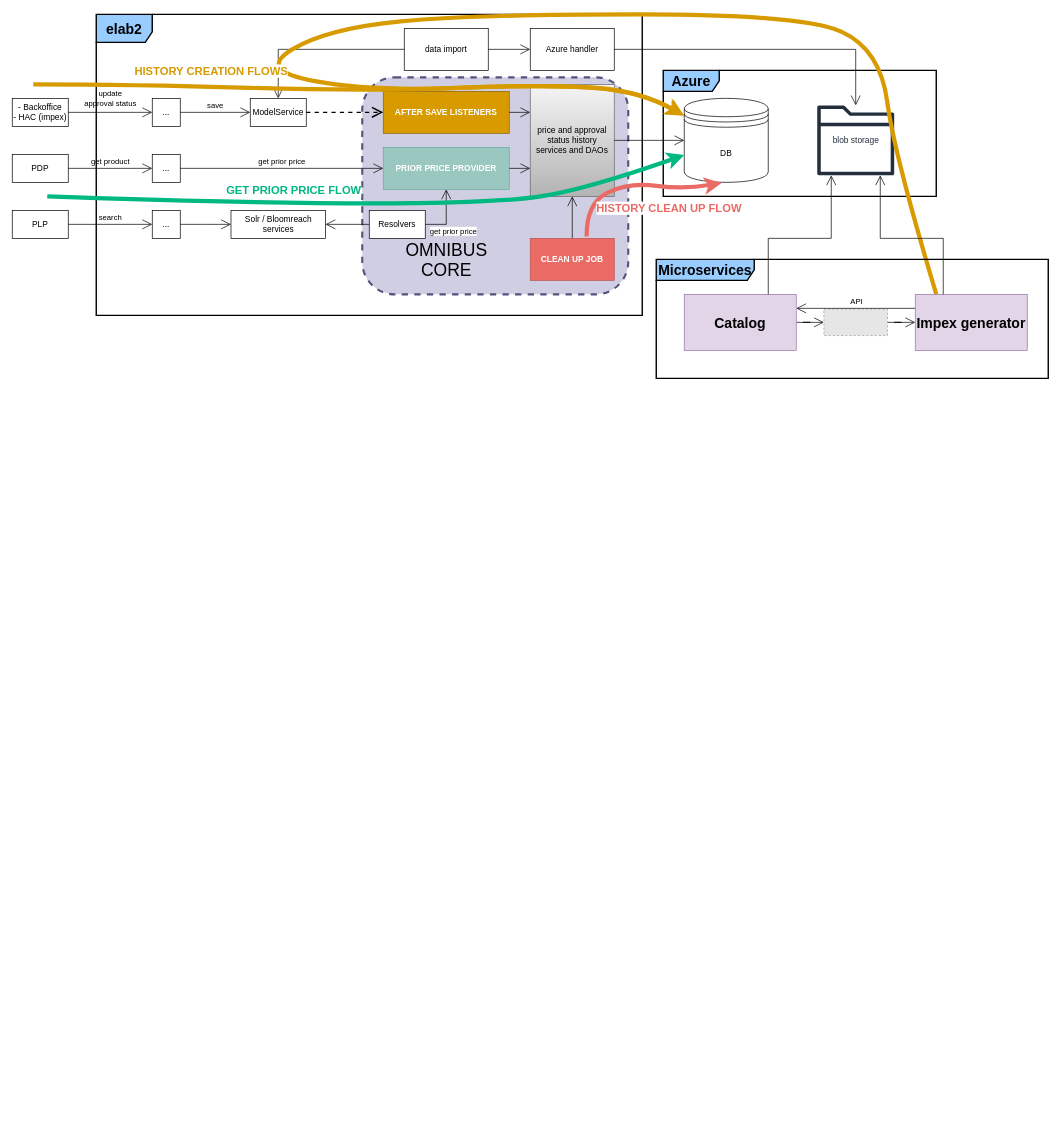
Earlier version of the draw.io diagram graphs/Untitled Diagram.drawio (d-figuccia/draw-io). Source tidied: cells renumbered, new cells numbered last; positions are measured from the earlier drawing's top-left corner, leaving out a move shared by most shapes. Both pictures are drawn from the tidied source at 70%, with x=0, y=0 at pixel (12, 14). Pictures stored in the file or linked from it are replaced by grey dashed boxes.
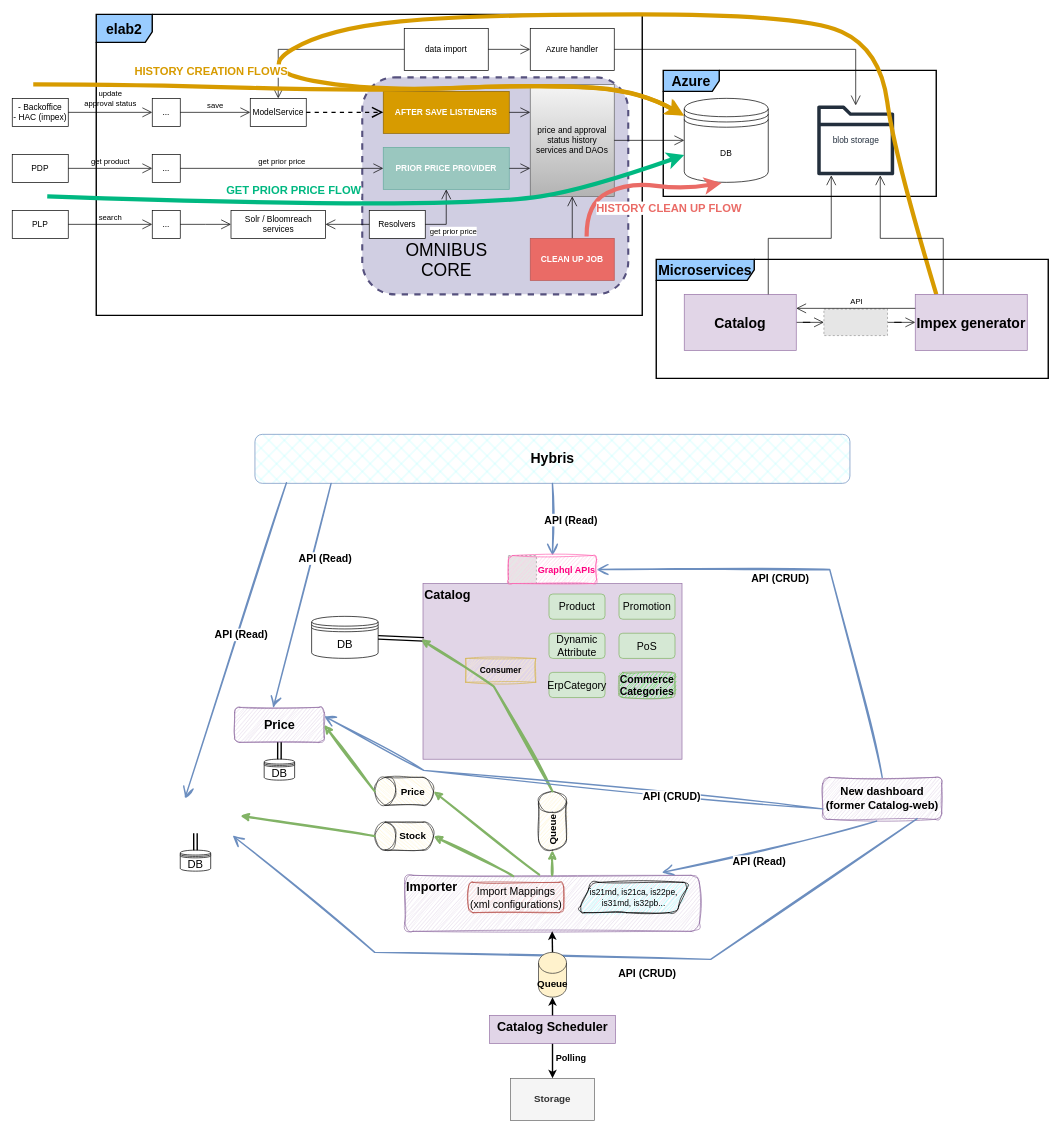
Above is the later version.

Change to the diagram source:
```diff
@@
+    <mxCell id="56" value="&lt;font style=&quot;font-size: 20px;&quot;&gt;Hybris&lt;/font&gt;" style="rounded=1;whiteSpace=wrap;html=1;fillStyle=cross-hatch;fillColor=#99FFFF;strokeColor=#6c8ebf;fontSize=18;fontStyle=1;verticalAlign=middle;" parent="1" vertex="1">
+      <mxGeometry x="346.7" y="600" width="850" height="70" as="geometry" />
+    </mxCell>
+    <mxCell id="57" style="group;rounded=0;" parent="1" vertex="1">
+      <mxGeometry x="560.8" y="1230" width="421" height="80" as="geometry" />
+    </mxCell>
+    <mxCell id="58" value="&lt;font style=&quot;font-size: 18px;&quot;&gt;Importer&lt;/font&gt;" style="html=1;whiteSpace=wrap;fontStyle=1;fillColor=#e1d5e7;strokeColor=#9673a6;fontSize=18;align=left;verticalAlign=top;fillStyle=auto;glass=0;sketch=1;curveFitting=1;jiggle=2;rounded=1;" parent="57" vertex="1">
+      <mxGeometry width="421" height="80" as="geometry" />
+    </mxCell>
+    <mxCell id="59" value="&lt;span style=&quot;font-size: 15px;&quot;&gt;Import Mappings (xml configurations)&lt;/span&gt;" style="rounded=1;whiteSpace=wrap;html=1;fillColor=#f8cecc;strokeColor=#b85450;sketch=1;curveFitting=1;jiggle=2;" parent="57" vertex="1">
+      <mxGeometry x="91" y="10" width="136" height="43.3" as="geometry" />
+    </mxCell>
+    <mxCell id="60" value="is21md, is21ca, is22pe, is31md, is32pb..." style="shape=parallelogram;perimeter=parallelogramPerimeter;whiteSpace=wrap;html=1;fixedSize=1;rounded=1;sketch=1;curveFitting=1;jiggle=2;fillColor=#99FFFF;" parent="57" vertex="1">
+      <mxGeometry x="247" y="10" width="160" height="43.3" as="geometry" />
+    </mxCell>
+    <mxCell id="61" style="group;" parent="1" vertex="1">
+      <mxGeometry x="586.8" y="813.1" width="370" height="251" as="geometry" />
+    </mxCell>
+    <mxCell id="62" value="&lt;font style=&quot;font-size: 18px;&quot;&gt;Catalog&lt;/font&gt;" style="html=1;whiteSpace=wrap;fontStyle=1;fillColor=#e1d5e7;strokeColor=#9673a6;fontSize=18;align=left;verticalAlign=top;fillStyle=auto;glass=0;" parent="61" vertex="1">
+      <mxGeometry width="370" height="251" as="geometry" />
+    </mxCell>
+    <mxCell id="63" value="&lt;font style=&quot;font-size: 15px;&quot;&gt;Product&lt;/font&gt;" style="rounded=1;whiteSpace=wrap;html=1;fillColor=#d5e8d4;strokeColor=#82b366;" parent="61" vertex="1">
+      <mxGeometry x="180" y="15" width="80" height="36" as="geometry" />
+    </mxCell>
+    <mxCell id="64" value="&lt;font style=&quot;font-size: 15px;&quot;&gt;Promotion&lt;/font&gt;" style="rounded=1;whiteSpace=wrap;html=1;fillColor=#d5e8d4;strokeColor=#82b366;" parent="61" vertex="1">
+      <mxGeometry x="280" y="15" width="80" height="36" as="geometry" />
+    </mxCell>
+    <mxCell id="65" value="&lt;font style=&quot;font-size: 15px;&quot;&gt;PoS&lt;/font&gt;" style="rounded=1;whiteSpace=wrap;html=1;fillColor=#d5e8d4;strokeColor=#82b366;" parent="61" vertex="1">
+      <mxGeometry x="280" y="71" width="80" height="36" as="geometry" />
+    </mxCell>
+    <mxCell id="66" value="&lt;font style=&quot;font-size: 15px;&quot;&gt;Dynamic Attribute&lt;/font&gt;" style="rounded=1;whiteSpace=wrap;html=1;fillColor=#d5e8d4;strokeColor=#82b366;" parent="61" vertex="1">
+      <mxGeometry x="180" y="71" width="80" height="36" as="geometry" />
+    </mxCell>
+    <mxCell id="67" value="&lt;font style=&quot;font-size: 15px;&quot;&gt;ErpCategory&lt;/font&gt;" style="rounded=1;whiteSpace=wrap;html=1;fillColor=#d5e8d4;strokeColor=#82b366;" parent="61" vertex="1">
+      <mxGeometry x="180" y="126.9" width="80" height="36" as="geometry" />
+    </mxCell>
+    <mxCell id="68" value="&lt;span style=&quot;font-size: 15px;&quot;&gt;&lt;b&gt;Commerce Categories&lt;/b&gt;&lt;/span&gt;" style="rounded=1;whiteSpace=wrap;html=1;fillColor=#33FF33;strokeColor=#82b366;sketch=1;curveFitting=1;jiggle=2;" parent="61" vertex="1">
+      <mxGeometry x="280" y="126.9" width="80" height="36" as="geometry" />
+    </mxCell>
+    <mxCell id="69" value="Consumer" style="html=1;whiteSpace=wrap;fillColor=#fff2cc;fontStyle=1;strokeColor=#d6b656;sketch=1;curveFitting=1;jiggle=2;" parent="61" vertex="1">
+      <mxGeometry x="61" y="107" width="100" height="34" as="geometry" />
+    </mxCell>
+    <mxCell id="70" value="&lt;b&gt;&lt;font style=&quot;font-size: 14px;&quot;&gt;Queue&lt;/font&gt;&lt;/b&gt;" style="shape=cylinder3;whiteSpace=wrap;html=1;boundedLbl=1;backgroundOutline=1;size=15;align=center;fillColor=#fff2cc;strokeColor=#333333;verticalAlign=middle;horizontal=0;sketch=1;curveFitting=1;jiggle=2;" parent="1" vertex="1">
+      <mxGeometry x="751.8" y="1110" width="40" height="84" as="geometry" />
+    </mxCell>
+    <mxCell id="71" style="edgeStyle=orthogonalEdgeStyle;rounded=0;jettySize=auto;html=1;strokeWidth=3;fillColor=#d5e8d4;strokeColor=#82b366;sketch=1;curveFitting=1;jiggle=2;" parent="1" edge="1" source="58" target="70">
+      <mxGeometry relative="1" as="geometry" />
+    </mxCell>
+    <mxCell id="72" value="New dashboard (former Catalog-web)" style="html=1;whiteSpace=wrap;fontStyle=1;fillColor=#e1d5e7;strokeColor=#9673a6;fontSize=16;sketch=1;curveFitting=1;jiggle=2;rounded=1;" parent="1" vertex="1">
+      <mxGeometry x="1157.8" y="1090" width="170" height="60" as="geometry" />
+    </mxCell>
+    <mxCell id="73" style="endArrow=open;endSize=12;html=1;rounded=0;entryX=1;entryY=0.5;entryDx=0;entryDy=0;fillColor=#dae8fc;strokeColor=#6c8ebf;strokeWidth=2;exitX=0.5;exitY=0;exitDx=0;exitDy=0;sketch=1;curveFitting=1;jiggle=2;" parent="1" edge="1" source="72" target="103">
+      <mxGeometry y="10" relative="1" as="geometry">
+        <Array as="points">
+          <mxPoint x="1167.8" y="793" />
+        </Array>
+      </mxGeometry>
+    </mxCell>
+    <mxCell id="74" value="API (CRUD)" style="edgeLabel;html=1;align=center;verticalAlign=middle;fontStyle=1;fontSize=15;" parent="73" vertex="1">
+      <mxGeometry x="0.26" y="1" relative="1" as="geometry">
+        <mxPoint x="25" y="10" as="offset" />
+      </mxGeometry>
+    </mxCell>
+    <mxCell id="75" value="DB" style="shape=datastore;whiteSpace=wrap;html=1;fontSize=16;direction=east;" parent="1" vertex="1">
+      <mxGeometry x="427.7" y="860" width="95" height="60" as="geometry" />
+    </mxCell>
+    <mxCell id="76" style="endArrow=classic;startArrow=classic;html=1;rounded=0;entryX=0.003;entryY=0.318;entryDx=0;entryDy=0;exitX=1;exitY=0.5;exitDx=0;exitDy=0;strokeWidth=2;shape=link;entryPerimeter=0;" parent="1" edge="1" source="75" target="62">
+      <mxGeometry relative="1" as="geometry" />
+    </mxCell>
+    <mxCell id="77" style="endArrow=classic;html=1;rounded=0;entryX=-0.008;entryY=0.318;entryDx=0;entryDy=0;entryPerimeter=0;exitX=0.5;exitY=0;exitDx=0;exitDy=0;exitPerimeter=0;strokeWidth=3;fillColor=#d5e8d4;strokeColor=#82b366;sketch=1;curveFitting=1;jiggle=2;" parent="1" edge="1" source="70" target="62">
+      <mxGeometry relative="1" as="geometry">
+        <Array as="points">
+          <mxPoint x="687.8" y="960" />
+        </Array>
+      </mxGeometry>
+    </mxCell>
+    <mxCell id="78" style="endArrow=open;endSize=12;html=1;rounded=0;entryX=0.872;entryY=-0.05;entryDx=0;entryDy=0;fillColor=#dae8fc;strokeColor=#6c8ebf;strokeWidth=2;exitX=0.453;exitY=1.041;exitDx=0;exitDy=0;exitPerimeter=0;entryPerimeter=0;sketch=1;curveFitting=1;jiggle=2;" parent="1" edge="1" source="72" target="58">
+      <mxGeometry y="10" relative="1" as="geometry" />
+    </mxCell>
+    <mxCell id="79" value="API (Read)" style="edgeLabel;html=1;align=center;verticalAlign=middle;fontStyle=1;fontSize=15;" parent="78" vertex="1">
+      <mxGeometry x="0.26" y="1" relative="1" as="geometry">
+        <mxPoint x="25" y="10" as="offset" />
+      </mxGeometry>
+    </mxCell>
+    <mxCell id="80" style="group;" parent="1" vertex="1">
+      <mxGeometry x="317.7" y="990" width="128" height="110" as="geometry" />
+    </mxCell>
+    <mxCell id="81" value="&lt;font style=&quot;font-size: 18px;&quot;&gt;Price&lt;br&gt;&lt;/font&gt;" style="html=1;whiteSpace=wrap;fontStyle=1;fillColor=#e1d5e7;strokeColor=#9673a6;fontSize=18;align=center;verticalAlign=middle;fillStyle=auto;glass=0;sketch=1;curveFitting=1;jiggle=2;rounded=1;" parent="80" vertex="1">
+      <mxGeometry width="128" height="50" as="geometry" />
+    </mxCell>
+    <mxCell id="82" value="DB" style="shape=datastore;whiteSpace=wrap;html=1;fontSize=16;direction=east;" parent="80" vertex="1">
+      <mxGeometry x="42.2" y="74" width="43.5" height="30" as="geometry" />
+    </mxCell>
+    <mxCell id="83" style="endArrow=classic;startArrow=classic;html=1;rounded=0;entryX=0.5;entryY=0;entryDx=0;entryDy=0;exitX=0.5;exitY=1;exitDx=0;exitDy=0;strokeWidth=2;shape=link;" parent="80" edge="1" source="81" target="82">
+      <mxGeometry relative="1" as="geometry" />
+    </mxCell>
+    <mxCell id="84" value="&lt;b&gt;&lt;font style=&quot;font-size: 14px;&quot;&gt;Price&lt;/font&gt;&lt;/b&gt;" style="shape=cylinder3;whiteSpace=wrap;html=1;boundedLbl=1;backgroundOutline=1;size=15;align=center;fillColor=#fff2cc;strokeColor=#333333;verticalAlign=middle;horizontal=1;sketch=1;curveFitting=1;jiggle=2;direction=north;" parent="1" vertex="1">
+      <mxGeometry x="517.8" y="1090" width="84" height="40" as="geometry" />
+    </mxCell>
+    <mxCell id="85" value="&lt;b&gt;&lt;font style=&quot;font-size: 14px;&quot;&gt;Stock&lt;/font&gt;&lt;/b&gt;" style="shape=cylinder3;whiteSpace=wrap;html=1;boundedLbl=1;backgroundOutline=1;size=15;align=center;fillColor=#fff2cc;strokeColor=#333333;verticalAlign=middle;horizontal=1;sketch=1;curveFitting=1;jiggle=2;direction=north;" parent="1" vertex="1">
+      <mxGeometry x="517.8" y="1154" width="84" height="40" as="geometry" />
+    </mxCell>
+    <mxCell id="86" style="endArrow=classic;html=1;rounded=0;entryX=0.5;entryY=1;entryDx=0;entryDy=0;entryPerimeter=0;exitX=0.456;exitY=-0.012;exitDx=0;exitDy=0;exitPerimeter=0;strokeWidth=3;fillColor=#d5e8d4;strokeColor=#82b366;sketch=1;curveFitting=1;jiggle=2;" parent="1" edge="1" source="58" target="84">
+      <mxGeometry relative="1" as="geometry" />
+    </mxCell>
+    <mxCell id="87" style="endArrow=classic;html=1;rounded=0;entryX=0.5;entryY=1;entryDx=0;entryDy=0;entryPerimeter=0;exitX=0.368;exitY=0.013;exitDx=0;exitDy=0;strokeWidth=3;fillColor=#d5e8d4;strokeColor=#82b366;sketch=1;curveFitting=1;jiggle=2;exitPerimeter=0;" parent="1" edge="1" source="58" target="85">
+      <mxGeometry relative="1" as="geometry" />
+    </mxCell>
+    <mxCell id="88" style="endArrow=classic;html=1;rounded=0;entryX=1;entryY=0.5;entryDx=0;entryDy=0;exitX=0.5;exitY=0;exitDx=0;exitDy=0;exitPerimeter=0;strokeWidth=3;fillColor=#d5e8d4;strokeColor=#82b366;sketch=1;curveFitting=1;jiggle=2;" parent="1" edge="1" source="84" target="81">
+      <mxGeometry relative="1" as="geometry" />
+    </mxCell>
+    <mxCell id="89" style="endArrow=classic;html=1;rounded=0;entryX=1;entryY=0.5;entryDx=0;entryDy=0;exitX=0.5;exitY=0;exitDx=0;exitDy=0;strokeWidth=3;fillColor=#d5e8d4;strokeColor=#82b366;sketch=1;curveFitting=1;jiggle=2;exitPerimeter=0;" parent="1" edge="1" source="85">
+      <mxGeometry relative="1" as="geometry">
+        <mxPoint x="325.7" y="1145" as="targetPoint" />
+      </mxGeometry>
+    </mxCell>
+    <mxCell id="90" value="DB" style="shape=datastore;whiteSpace=wrap;html=1;fontSize=16;direction=east;" parent="1" vertex="1">
+      <mxGeometry x="240" y="1194" width="43.5" height="30" as="geometry" />
+    </mxCell>
+    <mxCell id="91" style="endArrow=classic;startArrow=classic;html=1;rounded=0;entryX=0.5;entryY=0;entryDx=0;entryDy=0;strokeWidth=2;shape=link;" parent="1" edge="1" target="90">
+      <mxGeometry relative="1" as="geometry">
+        <mxPoint x="261.7" y="1170" as="sourcePoint" />
+      </mxGeometry>
+    </mxCell>
+    <mxCell id="92" style="endArrow=open;endSize=12;html=1;rounded=0;entryX=0.383;entryY=0;entryDx=0;entryDy=0;fillColor=#dae8fc;strokeColor=#6c8ebf;strokeWidth=2;exitX=0.053;exitY=0.986;exitDx=0;exitDy=0;exitPerimeter=0;entryPerimeter=0;sketch=1;curveFitting=1;jiggle=2;" parent="1" edge="1" source="56">
+      <mxGeometry y="10" relative="1" as="geometry">
+        <mxPoint x="246.7" y="1120" as="targetPoint" />
+      </mxGeometry>
+    </mxCell>
+    <mxCell id="93" value="API (Read)" style="edgeLabel;html=1;align=center;verticalAlign=middle;fontStyle=1;fontSize=15;" parent="92" vertex="1">
+      <mxGeometry x="0.26" y="1" relative="1" as="geometry">
+        <mxPoint x="25" y="-68" as="offset" />
+      </mxGeometry>
+    </mxCell>
+    <mxCell id="94" style="endArrow=open;endSize=12;html=1;rounded=0;fillColor=#dae8fc;strokeColor=#6c8ebf;strokeWidth=2;exitX=0.128;exitY=1;exitDx=0;exitDy=0;exitPerimeter=0;sketch=1;curveFitting=1;jiggle=2;entryX=0.43;entryY=0.02;entryDx=0;entryDy=0;entryPerimeter=0;" parent="1" edge="1" source="56" target="81">
+      <mxGeometry y="10" relative="1" as="geometry" />
+    </mxCell>
+    <mxCell id="95" value="API (Read)" style="edgeLabel;html=1;align=center;verticalAlign=middle;fontStyle=1;fontSize=15;" parent="94" vertex="1">
+      <mxGeometry x="0.26" y="1" relative="1" as="geometry">
+        <mxPoint x="42" y="-96" as="offset" />
+      </mxGeometry>
+    </mxCell>
+    <mxCell id="96" style="endArrow=open;endSize=12;html=1;rounded=0;entryX=1;entryY=0.25;entryDx=0;entryDy=0;fillColor=#dae8fc;strokeColor=#6c8ebf;strokeWidth=2;sketch=1;curveFitting=1;jiggle=2;exitX=0;exitY=0.75;exitDx=0;exitDy=0;" parent="1" edge="1" source="72" target="81">
+      <mxGeometry y="10" relative="1" as="geometry">
+        <Array as="points">
+          <mxPoint x="587.8" y="1080" />
+        </Array>
+      </mxGeometry>
+    </mxCell>
+    <mxCell id="97" value="API (CRUD)" style="edgeLabel;html=1;align=center;verticalAlign=middle;fontStyle=1;fontSize=15;" parent="96" vertex="1">
+      <mxGeometry x="0.26" y="1" relative="1" as="geometry">
+        <mxPoint x="245" y="25" as="offset" />
+      </mxGeometry>
+    </mxCell>
+    <mxCell id="98" style="endArrow=open;endSize=12;html=1;rounded=0;entryX=0.914;entryY=1.06;entryDx=0;entryDy=0;fillColor=#dae8fc;strokeColor=#6c8ebf;strokeWidth=2;exitX=0.794;exitY=0.983;exitDx=0;exitDy=0;sketch=1;curveFitting=1;jiggle=2;exitPerimeter=0;entryPerimeter=0;" parent="1" edge="1" source="72">
+      <mxGeometry y="10" relative="1" as="geometry">
+        <mxPoint x="314.7" y="1173" as="targetPoint" />
+        <Array as="points">
+          <mxPoint x="997.8" y="1350" />
+          <mxPoint x="517.8" y="1340" />
+        </Array>
+      </mxGeometry>
+    </mxCell>
+    <mxCell id="99" value="API (CRUD)" style="edgeLabel;html=1;align=center;verticalAlign=middle;fontStyle=1;fontSize=15;" parent="98" vertex="1">
+      <mxGeometry x="0.26" y="1" relative="1" as="geometry">
+        <mxPoint x="245" y="25" as="offset" />
+      </mxGeometry>
+    </mxCell>
+    <mxCell id="100" style="endArrow=open;endSize=12;html=1;rounded=0;fillColor=#dae8fc;strokeColor=#6c8ebf;strokeWidth=2;exitX=0.5;exitY=1;exitDx=0;exitDy=0;sketch=1;curveFitting=1;jiggle=2;entryX=0.5;entryY=0;entryDx=0;entryDy=0;" parent="1" edge="1" source="56" target="103">
+      <mxGeometry y="10" relative="1" as="geometry" />
+    </mxCell>
+    <mxCell id="101" value="API (Read)" style="edgeLabel;html=1;align=center;verticalAlign=middle;fontStyle=1;fontSize=15;" parent="100" vertex="1">
+      <mxGeometry x="0.26" y="1" relative="1" as="geometry">
+        <mxPoint x="25" y="-13" as="offset" />
+      </mxGeometry>
+    </mxCell>
+    <mxCell id="102" style="fillColor=#E6E6E6;strokeColor=#999999;dashed=1;verticalLabelPosition=bottom;labelBackgroundColor=default;verticalAlign=top;" parent="1" vertex="1">
+      <mxGeometry x="708.8" y="773.1" width="40" height="40" as="geometry" />
+    </mxCell>
+    <mxCell id="103" value="&lt;b&gt;&lt;font color=&quot;#ff0080&quot; style=&quot;font-size: 13px;&quot;&gt;Graphql APIs&lt;/font&gt;&lt;/b&gt;" style="rounded=1;whiteSpace=wrap;html=1;sketch=1;curveFitting=1;jiggle=2;fillColor=#FFCCE6;strokeColor=#FF66B3;align=right;" parent="1" vertex="1">
+      <mxGeometry x="708.8" y="773.1" width="126" height="40" as="geometry" />
+    </mxCell>
+    <mxCell id="104" value="&lt;b&gt;Storage&lt;/b&gt;" style="rounded=0;whiteSpace=wrap;html=1;fontSize=14;labelBackgroundColor=none;fillColor=#f5f5f5;fontColor=#333333;strokeColor=#666666;" parent="1" vertex="1">
+      <mxGeometry x="711.8" y="1520" width="120" height="60" as="geometry" />
+    </mxCell>
+    <mxCell id="105" style="endArrow=classic;html=1;rounded=0;strokeWidth=2;entryX=0.5;entryY=0;entryDx=0;entryDy=0;" parent="1" edge="1" source="108" target="104">
+      <mxGeometry relative="1" as="geometry" />
+    </mxCell>
+    <mxCell id="106" value="Polling" style="edgeLabel;html=1;align=center;verticalAlign=middle;fontSize=13;fontStyle=1;" parent="105" vertex="1">
+      <mxGeometry x="-0.4" y="-4" relative="1" as="geometry">
+        <mxPoint x="30" y="5" as="offset" />
+      </mxGeometry>
+    </mxCell>
+    <mxCell id="107" style="endArrow=classic;html=1;rounded=0;strokeWidth=2;" parent="1" edge="1" target="108">
+      <mxGeometry relative="1" as="geometry">
+        <mxPoint x="771.8" y="1450" as="sourcePoint" />
+      </mxGeometry>
+    </mxCell>
+    <mxCell id="108" value="&lt;font style=&quot;font-size: 18px;&quot;&gt;Catalog Scheduler&lt;/font&gt;" style="html=1;whiteSpace=wrap;fontStyle=1;fillColor=#e1d5e7;strokeColor=#9673a6;fontSize=18;align=center;verticalAlign=top;fillStyle=auto;glass=0;" parent="1" vertex="1">
+      <mxGeometry x="681.8" y="1430" width="180" height="40" as="geometry" />
+    </mxCell>
+    <mxCell id="109" value="&lt;b&gt;&lt;font style=&quot;font-size: 14px;&quot;&gt;Queue&lt;/font&gt;&lt;/b&gt;" style="shape=cylinder3;whiteSpace=wrap;html=1;boundedLbl=1;backgroundOutline=1;size=15;align=center;fillColor=#fff2cc;strokeColor=#333333;verticalAlign=middle;horizontal=1;" parent="1" vertex="1">
+      <mxGeometry x="751.8" y="1340" width="40" height="64" as="geometry" />
+    </mxCell>
+    <mxCell id="110" style="endArrow=classic;html=1;rounded=0;strokeWidth=2;exitX=0.5;exitY=0;exitDx=0;exitDy=0;exitPerimeter=0;entryX=0.5;entryY=1;entryDx=0;entryDy=0;" parent="1" edge="1" source="109" target="58">
+      <mxGeometry relative="1" as="geometry" />
+    </mxCell>
+    <mxCell id="111" style="endArrow=classic;html=1;rounded=0;strokeWidth=2;exitX=0.5;exitY=0;exitDx=0;exitDy=0;entryX=0.5;entryY=1;entryDx=0;entryDy=0;entryPerimeter=0;" parent="1" edge="1" source="108" target="109">
+      <mxGeometry relative="1" as="geometry" />
+    </mxCell>
```
